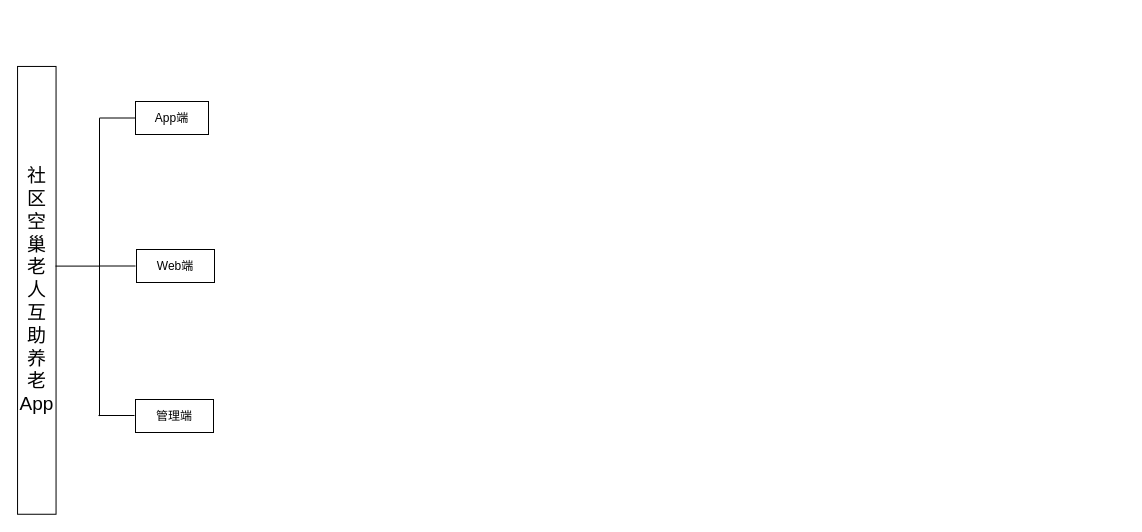
Earlier version of the draw.io diagram 结构图.drawio (Misgzfg/3d-phone-album). Source tidied: cells renumbered, new cells numbered last; positions are measured from the earlier drawing's top-left corner, leaving out a move shared by most shapes. Both pictures are drawn from the tidied source at 100%, with x=0, y=0 at pixel (-188, 101).
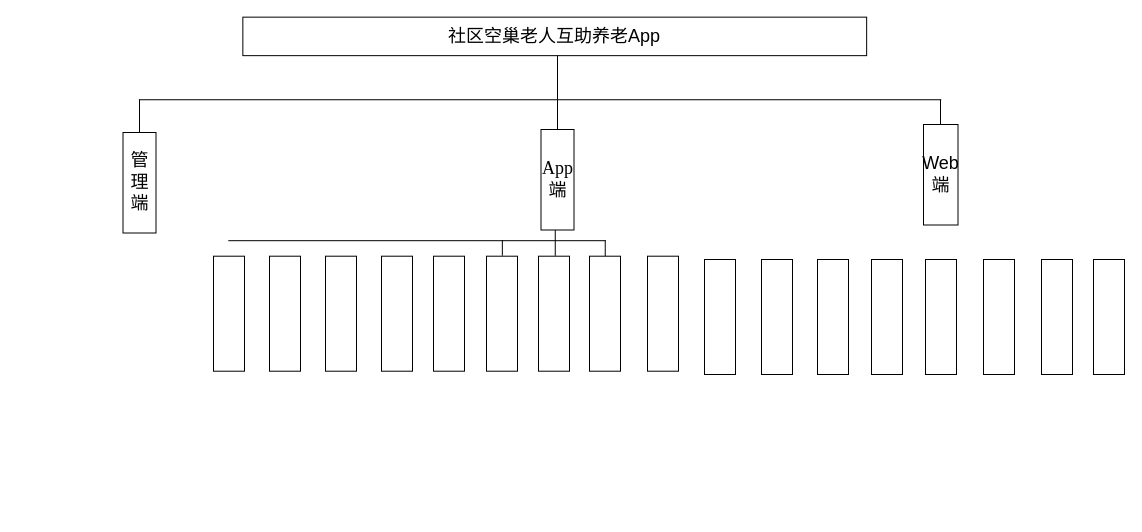
Above is the later version.

Commit message (it also covers changes not shown here):
更新结构图.drawio

Change to the diagram source:
```diff
@@
-    <mxCell id="2" value="&lt;font style=&quot;font-size: 19px;&quot;&gt;社区空巢老人互助养老App&lt;/font&gt;" style="rounded=0;whiteSpace=wrap;html=1;rotation=90;horizontal=0;" parent="1" vertex="1">
-      <mxGeometry x="0.4" y="169.6" width="447.8" height="38.5" as="geometry" />
+    <mxCell id="2" value="&lt;font style=&quot;font-size: 18px;&quot;&gt;社区空巢老人互助养老App&lt;/font&gt;" style="rounded=0;whiteSpace=wrap;html=1;rotation=90;horizontal=0;direction=south;" parent="1" vertex="1">
+      <mxGeometry x="723" y="-377" width="38.5" height="623.8" as="geometry" />
     </mxCell>
-    <mxCell id="3" value="App端" style="rounded=0;whiteSpace=wrap;html=1;" parent="1" vertex="1">
-      <mxGeometry x="323" width="73" height="33" as="geometry" />
-    </mxCell>
-    <mxCell id="4" value="Web端" style="rounded=0;whiteSpace=wrap;html=1;" parent="1" vertex="1">
-      <mxGeometry x="324" y="148" width="78" height="33" as="geometry" />
-    </mxCell>
-    <mxCell id="5" value="管理端" style="rounded=0;whiteSpace=wrap;html=1;" parent="1" vertex="1">
-      <mxGeometry x="323" y="298" width="78" height="33" as="geometry" />
+    <mxCell id="5" value="&lt;font style=&quot;font-size: 18px;&quot;&gt;管理端&lt;/font&gt;" style="rounded=0;whiteSpace=wrap;html=1;direction=south;" parent="1" vertex="1">
+      <mxGeometry x="310.5" y="31" width="33" height="100.5" as="geometry" />
     </mxCell>
-    <mxCell id="6" style="line;strokeWidth=1;html=1;fontSize=9;rotation=90;" parent="1" vertex="1">
-      <mxGeometry x="138" y="160.6" width="298" height="10" as="geometry" />
+    <mxCell id="6" style="line;strokeWidth=1;html=1;fontSize=9;rotation=90;direction=south;" parent="1" vertex="1">
+      <mxGeometry x="722.6" y="-402.9" width="10" height="802.3" as="geometry" />
     </mxCell>
-    <mxCell id="7" style="line;strokeWidth=1;html=1;" parent="1" vertex="1">
-      <mxGeometry x="243" y="159.6" width="44" height="10" as="geometry" />
+    <mxCell id="7" style="line;strokeWidth=1;html=1;direction=south;" parent="1" vertex="1">
+      <mxGeometry x="740" y="-46" width="10" height="44" as="geometry" />
     </mxCell>
-    <mxCell id="8" style="line;strokeWidth=1;html=1;" parent="1" vertex="1">
-      <mxGeometry x="287" y="11.5" width="36" height="10" as="geometry" />
-    </mxCell>
-    <mxCell id="9" style="line;strokeWidth=1;html=1;" parent="1" vertex="1">
-      <mxGeometry x="287" y="159.5" width="36" height="10" as="geometry" />
-    </mxCell>
-    <mxCell id="10" style="line;strokeWidth=1;html=1;" parent="1" vertex="1">
-      <mxGeometry x="286" y="309" width="36" height="10" as="geometry" />
+    <mxCell id="10" style="line;strokeWidth=1;html=1;direction=south;" parent="1" vertex="1">
+      <mxGeometry x="322" y="-2" width="10" height="33" as="geometry" />
     </mxCell>
+    <mxCell id="11" style="line;strokeWidth=1;html=1;direction=south;" parent="1" vertex="1">
+      <mxGeometry x="740" y="-2" width="10" height="31" as="geometry" />
+    </mxCell>
+    <mxCell id="12" style="rounded=0;whiteSpace=wrap;html=1;direction=south;" parent="1" vertex="1">
+      <mxGeometry x="1113" y="158" width="31" height="115" as="geometry" />
+    </mxCell>
+    <mxCell id="13" style="rounded=0;whiteSpace=wrap;html=1;direction=south;" parent="1" vertex="1">
+      <mxGeometry x="1059" y="158" width="31" height="115" as="geometry" />
+    </mxCell>
+    <mxCell id="14" style="rounded=0;whiteSpace=wrap;html=1;direction=south;" parent="1" vertex="1">
+      <mxGeometry x="1005" y="158" width="31" height="115" as="geometry" />
+    </mxCell>
+    <mxCell id="15" style="rounded=0;whiteSpace=wrap;html=1;direction=south;" parent="1" vertex="1">
+      <mxGeometry x="949" y="158" width="31" height="115" as="geometry" />
+    </mxCell>
+    <mxCell id="16" style="line;strokeWidth=1;html=1;direction=south;" parent="1" vertex="1">
+      <mxGeometry x="1123" y="-2" width="10" height="29.4" as="geometry" />
+    </mxCell>
+    <mxCell id="17" value="&lt;font face=&quot;Times New Roman&quot;&gt;&lt;span style=&quot;font-size: 18px;&quot;&gt;App&lt;/span&gt;&lt;/font&gt;&lt;br&gt;&lt;div style=&quot;font-size: 18px;&quot;&gt;&lt;div style=&quot;&quot;&gt;&lt;font style=&quot;font-size: 18px;&quot;&gt;端&lt;/font&gt;&lt;/div&gt;&lt;/div&gt;" style="rounded=0;whiteSpace=wrap;html=1;direction=south;" parent="1" vertex="1">
+      <mxGeometry x="728.5" y="28" width="33" height="100.5" as="geometry" />
+    </mxCell>
+    <mxCell id="4" value="&lt;font style=&quot;font-size: 18px;&quot;&gt;Web端&lt;/font&gt;" style="rounded=0;whiteSpace=wrap;html=1;direction=south;" parent="1" vertex="1">
+      <mxGeometry x="1111" y="23" width="34.5" height="100.5" as="geometry" />
+    </mxCell>
+    <mxCell id="18" style="rounded=0;whiteSpace=wrap;html=1;direction=south;" parent="1" vertex="1">
+      <mxGeometry x="1171" y="158" width="31" height="115" as="geometry" />
+    </mxCell>
+    <mxCell id="19" style="rounded=0;whiteSpace=wrap;html=1;direction=south;" parent="1" vertex="1">
+      <mxGeometry x="1229" y="158" width="31" height="115" as="geometry" />
+    </mxCell>
+    <mxCell id="20" style="rounded=0;whiteSpace=wrap;html=1;direction=south;" parent="1" vertex="1">
+      <mxGeometry x="1281" y="158" width="31" height="115" as="geometry" />
+    </mxCell>
+    <mxCell id="21" style="rounded=0;whiteSpace=wrap;html=1;direction=south;" parent="1" vertex="1">
+      <mxGeometry x="401" y="154.7" width="31" height="115" as="geometry" />
+    </mxCell>
+    <mxCell id="22" style="rounded=0;whiteSpace=wrap;html=1;direction=south;" parent="1" vertex="1">
+      <mxGeometry x="457" y="154.7" width="31" height="115" as="geometry" />
+    </mxCell>
+    <mxCell id="23" style="rounded=0;whiteSpace=wrap;html=1;direction=south;" parent="1" vertex="1">
+      <mxGeometry x="513" y="154.7" width="31" height="115" as="geometry" />
+    </mxCell>
+    <mxCell id="24" style="rounded=0;whiteSpace=wrap;html=1;direction=south;" parent="1" vertex="1">
+      <mxGeometry x="892" y="158" width="31" height="115" as="geometry" />
+    </mxCell>
+    <mxCell id="25" style="rounded=0;whiteSpace=wrap;html=1;direction=south;" parent="1" vertex="1">
+      <mxGeometry x="835" y="154.7" width="31" height="115" as="geometry" />
+    </mxCell>
+    <mxCell id="26" style="rounded=0;whiteSpace=wrap;html=1;direction=south;" parent="1" vertex="1">
+      <mxGeometry x="777" y="154.7" width="31" height="115" as="geometry" />
+    </mxCell>
+    <mxCell id="27" style="rounded=0;whiteSpace=wrap;html=1;direction=south;" parent="1" vertex="1">
+      <mxGeometry x="726" y="154.7" width="31" height="115" as="geometry" />
+    </mxCell>
+    <mxCell id="28" style="rounded=0;whiteSpace=wrap;html=1;direction=south;" parent="1" vertex="1">
+      <mxGeometry x="674" y="154.7" width="31" height="115" as="geometry" />
+    </mxCell>
+    <mxCell id="29" style="rounded=0;whiteSpace=wrap;html=1;direction=south;" parent="1" vertex="1">
+      <mxGeometry x="621" y="154.7" width="31" height="115" as="geometry" />
+    </mxCell>
+    <mxCell id="30" style="rounded=0;whiteSpace=wrap;html=1;direction=south;" parent="1" vertex="1">
+      <mxGeometry x="569" y="154.7" width="31" height="115" as="geometry" />
+    </mxCell>
+    <mxCell id="31" style="line;strokeWidth=1;html=1;direction=south;" parent="1" vertex="1">
+      <mxGeometry x="700" y="128.5" width="85.5" height="25.8" as="geometry" />
+    </mxCell>
+    <mxCell id="32" style="line;strokeWidth=1;html=1;fontSize=9;rotation=90;direction=south;" parent="1" vertex="1">
+      <mxGeometry x="599.6" y="-49.6" width="10" height="377.6" as="geometry" />
+    </mxCell>
+    <mxCell id="33" style="line;strokeWidth=1;html=1;direction=south;" parent="1" vertex="1">
+      <mxGeometry x="750" y="139" width="85.5" height="15.7" as="geometry" />
+    </mxCell>
+    <mxCell id="34" style="line;strokeWidth=1;html=1;direction=south;" parent="1" vertex="1">
+      <mxGeometry x="647.1" y="138.5" width="85.5" height="15.7" as="geometry" />
+    </mxCell>
```
